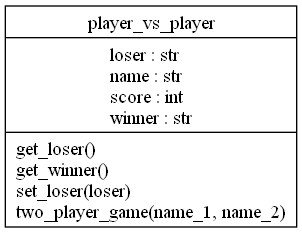
This is classes.png from FriddeFrid91/Pig_Game, a Graphviz export, as it was before one commit. Its source is kept beside it as classes.dot.
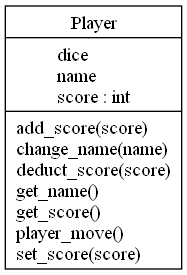
Later version of the same file.

The edit, as a diff of the source:
```diff
@@ -1,5 +1,12 @@
 digraph "classes" {
 rankdir=BT
 charset="utf-8"
+"Pig_Game.Dice.Dice" [color="black", fontcolor="black", label=<{Dice|numbers<br ALIGN="LEFT"/>|get_dice()<br ALIGN="LEFT"/>roll_the_dice()<br ALIGN="LEFT"/>set_dice(numbers)<br ALIGN="LEFT"/>show_the_dice(result)<br ALIGN="LEFT"/>}>, shape="record", style="solid"];
+"Pig_Game.menu.Menu" [color="black", fontcolor="black", label=<{Menu|<br ALIGN="LEFT"/>|show_menu()<br ALIGN="LEFT"/>show_pig()<br ALIGN="LEFT"/>}>, shape="record", style="solid"];
+"Pig_Game.Player.Player" [color="black", fontcolor="black", label=<{Player|dice<br ALIGN="LEFT"/>name<br ALIGN="LEFT"/>score : int<br ALIGN="LEFT"/>|add_score(score)<br ALIGN="LEFT"/>change_name(name)<br ALIGN="LEFT"/>deduct_score(score)<br ALIGN="LEFT"/>get_name()<br ALIGN="LEFT"/>get_score()<br ALIGN="LEFT"/>player_move()<br ALIGN="LEFT"/>set_score(score)<br ALIGN="LEFT"/>}>, shape="record", style="solid"];
+"Pig_Game.Rules.Rules" [color="black", fontcolor="black", label=<{Rules|rules : str<br ALIGN="LEFT"/>|get_rules()<br ALIGN="LEFT"/>show_rules()<br ALIGN="LEFT"/>}>, shape="record", style="solid"];
+"Pig_Game.colors.colors" [color="black", fontcolor="black", label=<{colors|BLUE : str<br ALIGN="LEFT"/>CYAN : str<br ALIGN="LEFT"/>GREEN : str<br ALIGN="LEFT"/>PINK : str<br ALIGN="LEFT"/>RED : str<br ALIGN="LEFT"/>RESET : str<br ALIGN="LEFT"/>YELLOW : str<br ALIGN="LEFT"/>|}>, shape="record", style="solid"];
+"Pig_Game.Rules.colors" [color="black", fontcolor="black", label=<{colors|BLUE : str<br ALIGN="LEFT"/>GREEN : str<br ALIGN="LEFT"/>PINK : str<br ALIGN="LEFT"/>RED : str<br ALIGN="LEFT"/>RESET : str<br ALIGN="LEFT"/>YELLOW : str<br ALIGN="LEFT"/>|}>, shape="record", style="solid"];
+"Pig_Game.highscore.highscore" [color="black", fontcolor="black", label=<{highscore|highscore_dict : dict<br ALIGN="LEFT"/>losses : dict<br ALIGN="LEFT"/>wins : dict<br ALIGN="LEFT"/>|add_highscore(winner)<br ALIGN="LEFT"/>add_losses(loser)<br ALIGN="LEFT"/>get_highscore()<br ALIGN="LEFT"/>get_losses()<br ALIGN="LEFT"/>load_highscore()<br ALIGN="LEFT"/>load_losses()<br ALIGN="LEFT"/>show_highscore()<br ALIGN="LEFT"/>show_losses()<br ALIGN="LEFT"/>}>, shape="record", style="solid"];
 "Pig_Game.player_vs_player.player_vs_player" [color="black", fontcolor="black", label=<{player_vs_player|loser : str<br ALIGN="LEFT"/>name : str<br ALIGN="LEFT"/>score : int<br ALIGN="LEFT"/>winner : str<br ALIGN="LEFT"/>|get_loser()<br ALIGN="LEFT"/>get_winner()<br ALIGN="LEFT"/>set_loser(loser)<br ALIGN="LEFT"/>two_player_game(name_1, name_2)<br ALIGN="LEFT"/>}>, shape="record", style="solid"];
 }
```
